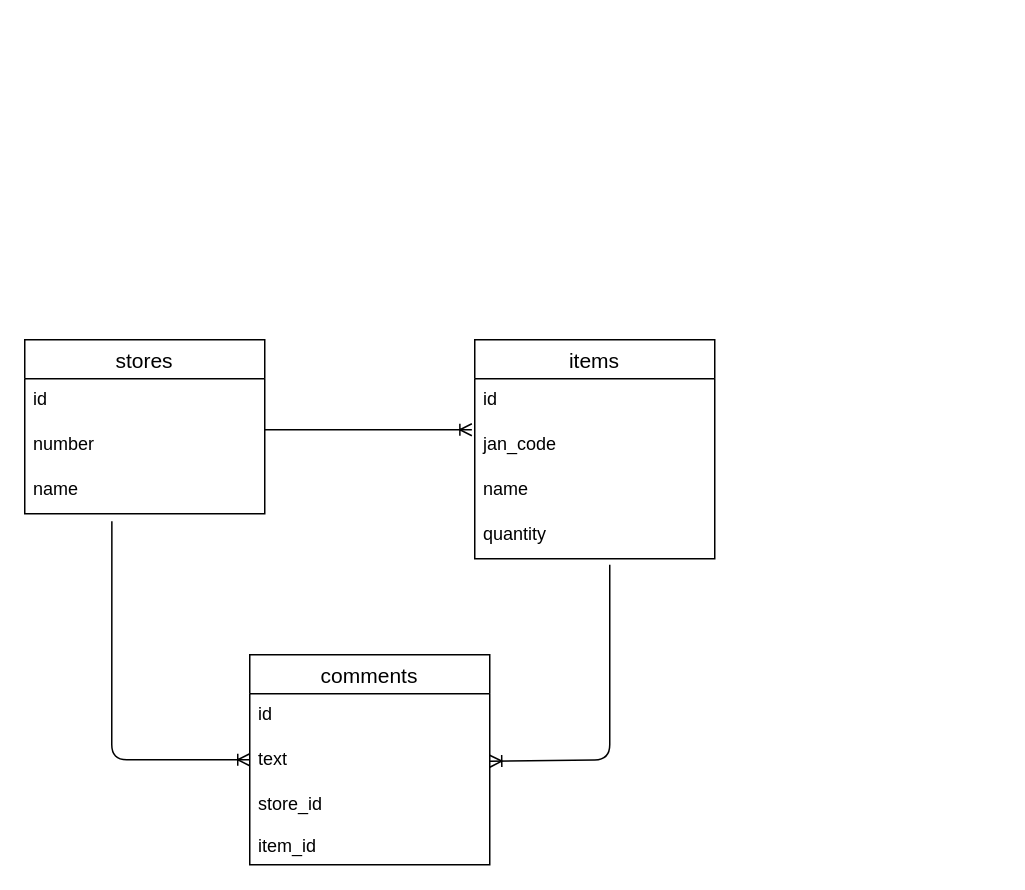
aki-0520/stock-share keeps this draw.io diagram as er.dio. Above is the earlier version. Source tidied: cells renumbered, new cells numbered last; positions are measured from the earlier drawing's top-left corner, leaving out a move shared by most shapes. Both pictures are drawn from the tidied source at 150%, with x=0, y=0 at pixel (24, 339).
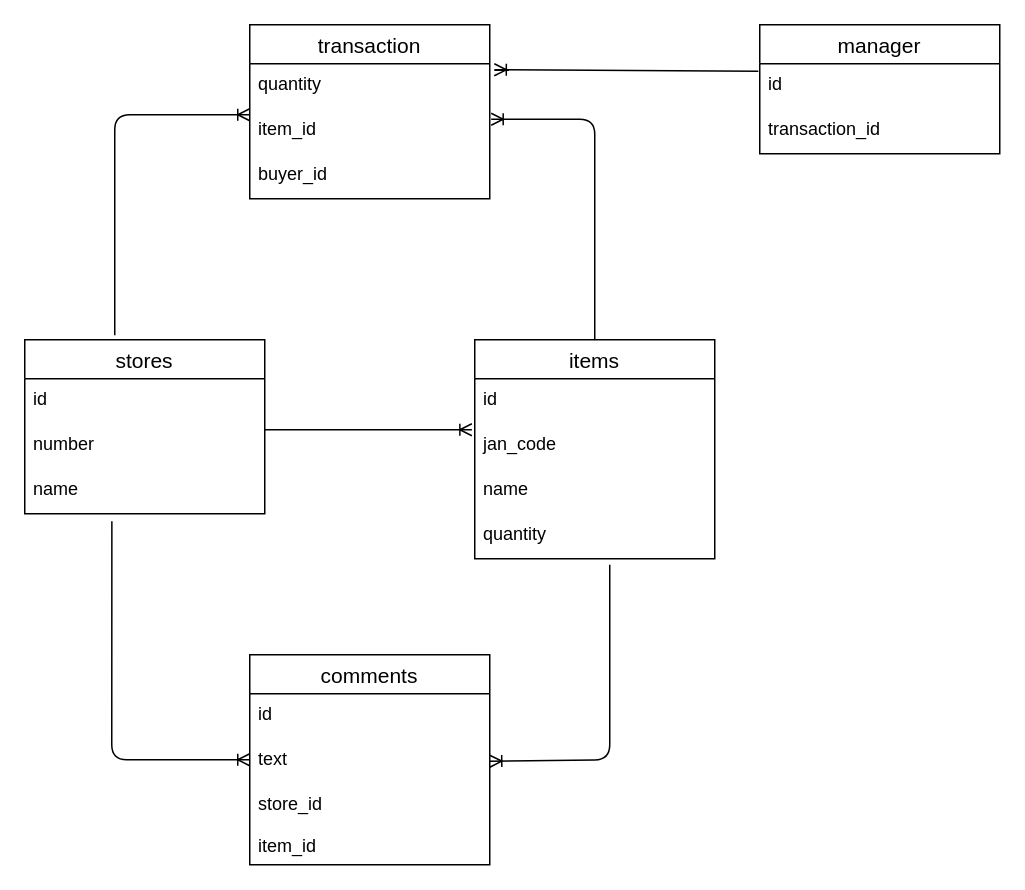
The same diagram, later.

Unchanged cells that the change refers to:
```xml
<mxCell id="2" value="stores" style="swimlane;fontStyle=0;horizontal=1;startSize=26;align=center;fontSize=14;" parent="1" vertex="1">
  <mxGeometry width="160" height="116" as="geometry" />
</mxCell>
```

Diff of the diagram source:
```diff
@@
+    <mxCell id="18" value="transaction" style="swimlane;fontStyle=0;horizontal=1;startSize=26;align=center;fontSize=14;" parent="1" vertex="1">
+      <mxGeometry x="150" y="-210" width="160" height="116" as="geometry" />
+    </mxCell>
+    <mxCell id="19" value="quantity" style="text;strokeColor=none;fillColor=none;spacingLeft=4;spacingRight=4;overflow=hidden;points=[[0,0.5],[1,0.5]];portConstraint=eastwest;fontSize=12;" parent="18" vertex="1">
+      <mxGeometry y="26" width="160" height="30" as="geometry" />
+    </mxCell>
+    <mxCell id="20" value="item_id" style="text;strokeColor=none;fillColor=none;spacingLeft=4;spacingRight=4;overflow=hidden;points=[[0,0.5],[1,0.5]];portConstraint=eastwest;fontSize=12;" parent="18" vertex="1">
+      <mxGeometry y="56" width="160" height="30" as="geometry" />
+    </mxCell>
+    <mxCell id="21" value="buyer_id " style="text;strokeColor=none;fillColor=none;spacingLeft=4;spacingRight=4;overflow=hidden;fontSize=12;" parent="18" vertex="1">
+      <mxGeometry y="86" width="160" height="30" as="geometry" />
+    </mxCell>
+    <mxCell id="22" style="fontSize=12;html=1;endArrow=ERoneToMany;exitX=0.375;exitY=-0.026;exitDx=0;exitDy=0;exitPerimeter=0;" parent="1" edge="1" source="2">
+      <mxGeometry relative="1" as="geometry">
+        <mxPoint x="150" y="-150" as="targetPoint" />
+        <Array as="points">
+          <mxPoint x="60" y="-150" />
+        </Array>
+      </mxGeometry>
+    </mxCell>
+    <mxCell id="23" style="fontSize=12;html=1;endArrow=ERoneToMany;exitX=0.375;exitY=-0.026;exitDx=0;exitDy=0;exitPerimeter=0;entryX=1.006;entryY=0.233;entryDx=0;entryDy=0;entryPerimeter=0;" parent="1" edge="1" target="20">
+      <mxGeometry relative="1" as="geometry">
+        <mxPoint x="380" as="sourcePoint" />
+        <Array as="points">
+          <mxPoint x="380" y="-147" />
+        </Array>
+      </mxGeometry>
+    </mxCell>
+    <mxCell id="24" value="manager" style="swimlane;fontStyle=0;horizontal=1;startSize=26;align=center;fontSize=14;" parent="1" vertex="1">
+      <mxGeometry x="490" y="-210" width="160" height="86" as="geometry" />
+    </mxCell>
+    <mxCell id="25" value="id" style="text;strokeColor=none;fillColor=none;spacingLeft=4;spacingRight=4;overflow=hidden;points=[[0,0.5],[1,0.5]];portConstraint=eastwest;fontSize=12;" parent="24" vertex="1">
+      <mxGeometry y="26" width="160" height="30" as="geometry" />
+    </mxCell>
+    <mxCell id="26" value="transaction_id" style="text;strokeColor=none;fillColor=none;spacingLeft=4;spacingRight=4;overflow=hidden;fontSize=12;" parent="24" vertex="1">
+      <mxGeometry y="56" width="160" height="30" as="geometry" />
+    </mxCell>
+    <mxCell id="27" style="fontSize=12;html=1;endArrow=ERoneToMany;entryX=1.019;entryY=0.133;entryDx=0;entryDy=0;entryPerimeter=0;exitX=-0.006;exitY=0.167;exitDx=0;exitDy=0;exitPerimeter=0;" parent="1" edge="1" source="25" target="19">
+      <mxGeometry relative="1" as="geometry" />
+    </mxCell>
```
